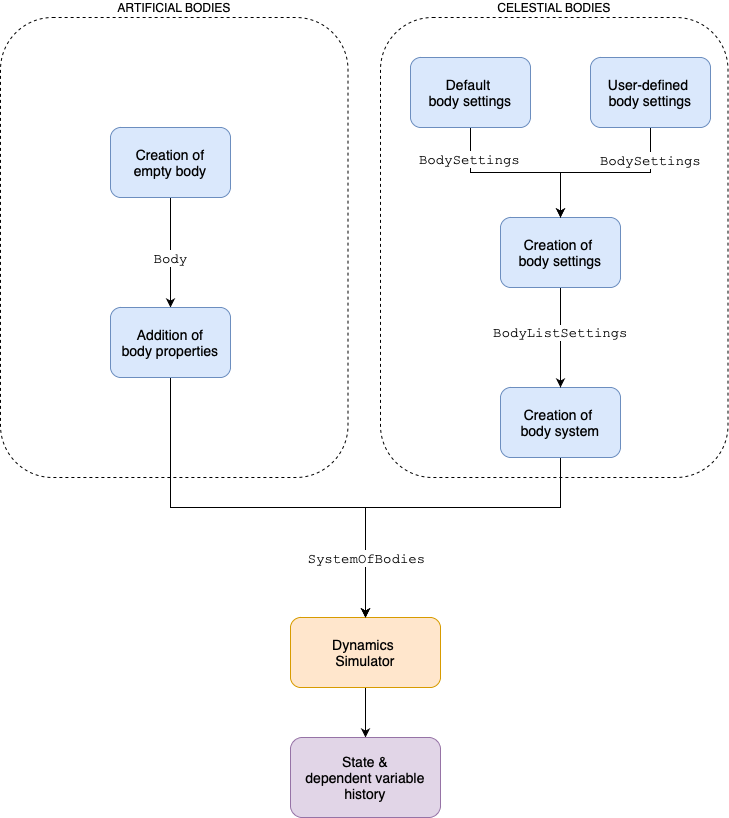
This is docs/source/_src_user_guide/state_propagation/_static/tudatpy_environment.png from tudat-team/tudat-space, a draw.io export, as it was before one commit. Source tidied: cells renumbered, new cells last; positions are measured from the earlier drawing's top-left corner, leaving out a move shared by most shapes. Source of this version:
```xml
<mxGraphModel>
  <root>
    <mxCell id="0" />
    <mxCell id="1" parent="0" />
    <mxCell id="2" style="edgeStyle=orthogonalEdgeStyle;rounded=0;jettySize=auto;html=1;fontSize=14;" parent="1" edge="1" target="7">
      <mxGeometry relative="1" as="geometry">
        <mxPoint x="365" y="530" as="sourcePoint" />
      </mxGeometry>
    </mxCell>
    <mxCell id="3" value="CELESTIAL BODIES" style="rounded=1;whiteSpace=wrap;html=1;dashed=1;labelPosition=center;verticalLabelPosition=top;align=center;verticalAlign=bottom;" parent="1" vertex="1">
      <mxGeometry x="380" width="347.5" height="460" as="geometry" />
    </mxCell>
    <mxCell id="4" style="edgeStyle=orthogonalEdgeStyle;rounded=0;jettySize=auto;html=1;exitX=0.5;exitY=1;exitDx=0;exitDy=0;entryX=0.5;entryY=0;entryDx=0;entryDy=0;fontFamily=Courier New;fontSize=14;" parent="1" edge="1" source="5" target="7">
      <mxGeometry relative="1" as="geometry">
        <Array as="points">
          <mxPoint x="560" y="490" />
          <mxPoint x="365" y="490" />
        </Array>
      </mxGeometry>
    </mxCell>
    <mxCell id="5" value="Creation of &lt;br style=&quot;font-size: 14px;&quot;&gt;body system" style="rounded=1;whiteSpace=wrap;html=1;fillColor=#dae8fc;strokeColor=#6c8ebf;fontSize=14;" parent="1" vertex="1">
      <mxGeometry x="500" y="370" width="120" height="70" as="geometry" />
    </mxCell>
    <mxCell id="6" style="edgeStyle=orthogonalEdgeStyle;rounded=0;jettySize=auto;html=1;entryX=0.5;entryY=0;entryDx=0;entryDy=0;fontSize=14;" parent="1" edge="1" source="7" target="8">
      <mxGeometry relative="1" as="geometry" />
    </mxCell>
    <mxCell id="7" value="Dynamics &lt;br style=&quot;font-size: 14px;&quot;&gt;Simulator" style="rounded=1;whiteSpace=wrap;html=1;fillColor=#ffe6cc;strokeColor=#d79b00;fontSize=14;" parent="1" vertex="1">
      <mxGeometry x="290" y="600" width="150" height="70" as="geometry" />
    </mxCell>
    <mxCell id="8" value="State &amp;amp;&lt;br style=&quot;font-size: 14px;&quot;&gt;dependent variable&lt;br style=&quot;font-size: 14px;&quot;&gt;history" style="rounded=1;whiteSpace=wrap;html=1;fillColor=#e1d5e7;strokeColor=#9673a6;fontSize=14;" parent="1" vertex="1">
      <mxGeometry x="290" y="720" width="150" height="80" as="geometry" />
    </mxCell>
    <mxCell id="9" style="edgeStyle=orthogonalEdgeStyle;rounded=0;jettySize=auto;html=1;fontFamily=Courier New;fontSize=14;" parent="1" edge="1" source="11" target="5">
      <mxGeometry relative="1" as="geometry" />
    </mxCell>
    <mxCell id="10" value="BodyListSettings" style="edgeLabel;html=1;align=center;verticalAlign=middle;fontSize=14;fontFamily=Courier New;" parent="9" vertex="1">
      <mxGeometry x="-0.12" y="-1" relative="1" as="geometry" />
    </mxCell>
    <mxCell id="11" value="Creation of &lt;br style=&quot;font-size: 14px&quot;&gt;body settings" style="rounded=1;whiteSpace=wrap;html=1;fillColor=#dae8fc;strokeColor=#6c8ebf;fontSize=14;" parent="1" vertex="1">
      <mxGeometry x="500" y="200" width="120" height="70" as="geometry" />
    </mxCell>
    <mxCell id="12" style="edgeStyle=orthogonalEdgeStyle;rounded=0;jettySize=auto;html=1;exitX=0.5;exitY=1;exitDx=0;exitDy=0;entryX=0.5;entryY=0;entryDx=0;entryDy=0;fontFamily=Courier New;fontSize=14;" parent="1" edge="1" source="15" target="11">
      <mxGeometry relative="1" as="geometry" />
    </mxCell>
    <mxCell id="13" value="&lt;span style=&quot;color: rgba(0 , 0 , 0 , 0) ; font-family: monospace ; font-size: 0px ; background-color: rgb(248 , 249 , 250)&quot;&gt;%3CmxGraphModel%3E%3Croot%3E%3CmxCell%20id%3D%220%22%2F%3E%3CmxCell%20id%3D%221%22%20parent%3D%220%22%2F%3E%3CmxCell%20id%3D%222%22%20value%3D%22%26lt%3Bspan%20style%3D%26quot%3Bfont-family%3A%20%26amp%3B%2334%3Bcourier%20new%26amp%3B%2334%3B%26quot%3B%26gt%3BBodySettings%26lt%3B%2Fspan%26gt%3B%22%20style%3D%22edgeLabel%3Bhtml%3D1%3Balign%3Dcenter%3BverticalAlign%3Dmiddle%3Bresizable%3D0%3Bpoints%3D%5B%5D%3BfontSize%3D14%3BfontFamily%3DHelvetica%3B%22%20vertex%3D%221%22%20connectable%3D%220%22%20parent%3D%221%22%3E%3CmxGeometry%20x%3D%22667%22%20y%3D%2266%22%20as%3D%22geometry%22%2F%3E%3C%2FmxCell%3E%3C%2Froot%3E%3C%2FmxGraphModel%3E&lt;/span&gt;&lt;span style=&quot;color: rgba(0 , 0 , 0 , 0) ; font-family: monospace ; font-size: 0px ; background-color: rgb(248 , 249 , 250)&quot;&gt;%3CmxGraphModel%3E%3Croot%3E%3CmxCell%20id%3D%220%22%2F%3E%3CmxCell%20id%3D%221%22%20parent%3D%220%22%2F%3E%3CmxCell%20id%3D%222%22%20value%3D%22%26lt%3Bspan%20style%3D%26quot%3Bfont-family%3A%20%26amp%3B%2334%3Bcourier%20new%26amp%3B%2334%3B%26quot%3B%26gt%3BBodySettings%26lt%3B%2Fspan%26gt%3B%22%20style%3D%22edgeLabel%3Bhtml%3D1%3Balign%3Dcenter%3BverticalAlign%3Dmiddle%3Bresizable%3D0%3Bpoints%3D%5B%5D%3BfontSize%3D14%3BfontFamily%3DHelvetica%3B%22%20vertex%3D%221%22%20connectable%3D%220%22%20parent%3D%221%22%3E%3CmxGeometry%20x%3D%22667%22%20y%3D%2266%22%20as%3D%22geometry%22%2F%3E%3C%2FmxCell%3E%3C%2Froot%3E%3C%2FmxGraphModel%3E&lt;/span&gt;" style="edgeLabel;html=1;align=center;verticalAlign=middle;fontSize=14;fontFamily=Helvetica;" parent="12" vertex="1">
      <mxGeometry x="-0.67" y="-4" relative="1" as="geometry" />
    </mxCell>
    <mxCell id="14" value="&lt;span style=&quot;font-family: &amp;#34;courier new&amp;#34;&quot;&gt;BodySettings&lt;/span&gt;" style="edgeLabel;html=1;align=center;verticalAlign=middle;fontSize=14;fontFamily=Helvetica;" parent="12" vertex="1">
      <mxGeometry x="-0.66" y="-2" relative="1" as="geometry" />
    </mxCell>
    <mxCell id="15" value="Default&amp;nbsp;&lt;br&gt;body settings" style="rounded=1;whiteSpace=wrap;html=1;fillColor=#dae8fc;strokeColor=#6c8ebf;fontSize=14;" parent="1" vertex="1">
      <mxGeometry x="410" y="40" width="120" height="70" as="geometry" />
    </mxCell>
    <mxCell id="16" style="edgeStyle=orthogonalEdgeStyle;rounded=0;jettySize=auto;html=1;exitX=0.5;exitY=1;exitDx=0;exitDy=0;fontFamily=Courier New;fontSize=14;" parent="1" edge="1" source="18">
      <mxGeometry relative="1" as="geometry">
        <mxPoint x="560" y="200" as="targetPoint" />
      </mxGeometry>
    </mxCell>
    <mxCell id="17" value="&lt;span style=&quot;font-family: &amp;#34;courier new&amp;#34;&quot;&gt;BodySettings&lt;/span&gt;" style="edgeLabel;html=1;align=center;verticalAlign=middle;fontSize=14;fontFamily=Helvetica;" parent="16" vertex="1">
      <mxGeometry x="-0.65" y="-1" relative="1" as="geometry" />
    </mxCell>
    <mxCell id="18" value="User-defined &lt;br&gt;body settings" style="rounded=1;whiteSpace=wrap;html=1;fillColor=#dae8fc;strokeColor=#6c8ebf;fontSize=14;" parent="1" vertex="1">
      <mxGeometry x="590" y="40" width="120" height="70" as="geometry" />
    </mxCell>
    <mxCell id="19" value="ARTIFICIAL BODIES" style="rounded=1;whiteSpace=wrap;html=1;dashed=1;labelPosition=center;verticalLabelPosition=top;align=center;verticalAlign=bottom;" parent="1" vertex="1">
      <mxGeometry width="347.5" height="460" as="geometry" />
    </mxCell>
    <mxCell id="20" style="edgeStyle=orthogonalEdgeStyle;rounded=0;jettySize=auto;html=1;exitX=0.5;exitY=1;exitDx=0;exitDy=0;entryX=0.5;entryY=0;entryDx=0;entryDy=0;fontFamily=Helvetica;fontSize=14;" parent="1" edge="1" source="22" target="25">
      <mxGeometry relative="1" as="geometry" />
    </mxCell>
    <mxCell id="21" value="&lt;font face=&quot;Courier New&quot;&gt;Body&lt;/font&gt;" style="edgeLabel;html=1;align=center;verticalAlign=middle;fontSize=14;fontFamily=Helvetica;" parent="20" vertex="1">
      <mxGeometry x="0.1" y="-1" relative="1" as="geometry" />
    </mxCell>
    <mxCell id="22" value="Creation of&lt;br&gt;empty body" style="rounded=1;whiteSpace=wrap;html=1;fillColor=#dae8fc;strokeColor=#6c8ebf;fontSize=14;" parent="1" vertex="1">
      <mxGeometry x="110" y="110" width="120" height="70" as="geometry" />
    </mxCell>
    <mxCell id="23" style="edgeStyle=orthogonalEdgeStyle;rounded=0;jettySize=auto;html=1;exitX=0.5;exitY=1;exitDx=0;exitDy=0;entryX=0.5;entryY=0;entryDx=0;entryDy=0;fontFamily=Helvetica;fontSize=14;" parent="1" edge="1" source="25" target="7">
      <mxGeometry relative="1" as="geometry">
        <Array as="points">
          <mxPoint x="170" y="490" />
          <mxPoint x="365" y="490" />
        </Array>
      </mxGeometry>
    </mxCell>
    <mxCell id="24" value="&lt;span style=&quot;font-family: &amp;#34;courier new&amp;#34;&quot;&gt;SystemOfBodies&lt;/span&gt;" style="edgeLabel;html=1;align=center;verticalAlign=middle;fontSize=14;fontFamily=Helvetica;" parent="23" vertex="1">
      <mxGeometry x="0.26" y="-2" relative="1" as="geometry">
        <mxPoint x="52" y="48" as="offset" />
      </mxGeometry>
    </mxCell>
    <mxCell id="25" value="Addition of&lt;br&gt;body properties" style="rounded=1;whiteSpace=wrap;html=1;fillColor=#dae8fc;strokeColor=#6c8ebf;fontSize=14;" parent="1" vertex="1">
      <mxGeometry x="110" y="290" width="120" height="70" as="geometry" />
    </mxCell>
  </root>
</mxGraphModel>
```
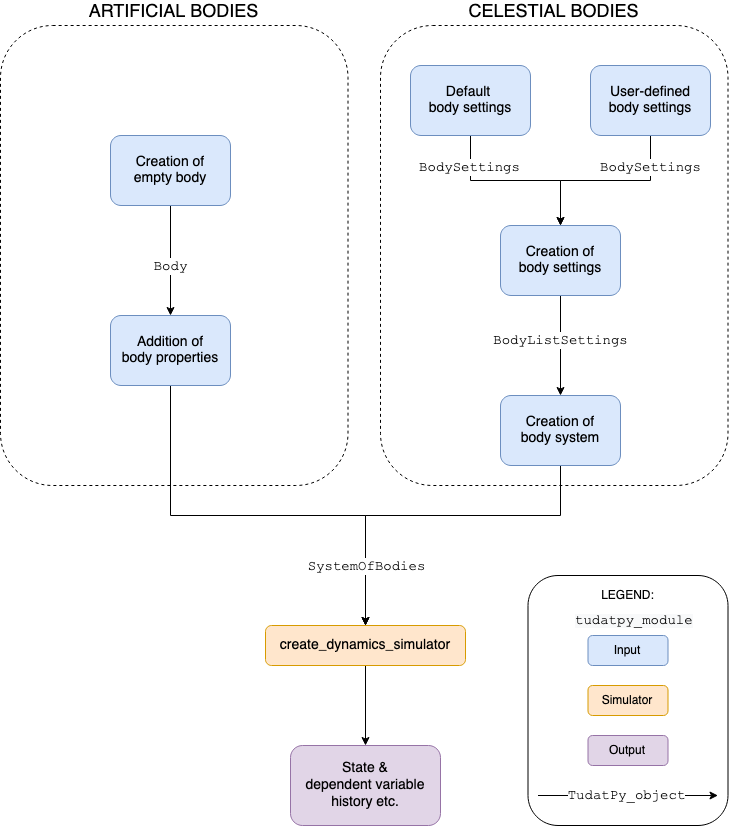
Above is the later version.

What changed in the source:
```diff
@@ -7,7 +7,7 @@
         <mxPoint x="365" y="530" as="sourcePoint" />
       </mxGeometry>
     </mxCell>
-    <mxCell id="3" value="CELESTIAL BODIES" style="rounded=1;whiteSpace=wrap;html=1;dashed=1;labelPosition=center;verticalLabelPosition=top;align=center;verticalAlign=bottom;" parent="1" vertex="1">
+    <mxCell id="3" value="&lt;font style=&quot;font-size: 18px;&quot;&gt;CELESTIAL BODIES&lt;/font&gt;" style="rounded=1;whiteSpace=wrap;html=1;dashed=1;labelPosition=center;verticalLabelPosition=top;align=center;verticalAlign=bottom;" parent="1" vertex="1">
       <mxGeometry x="380" width="347.5" height="460" as="geometry" />
     </mxCell>
     <mxCell id="4" style="edgeStyle=orthogonalEdgeStyle;rounded=0;jettySize=auto;html=1;exitX=0.5;exitY=1;exitDx=0;exitDy=0;entryX=0.5;entryY=0;entryDx=0;entryDy=0;fontFamily=Courier New;fontSize=14;" parent="1" edge="1" source="5" target="7">
@@ -24,10 +24,10 @@
     <mxCell id="6" style="edgeStyle=orthogonalEdgeStyle;rounded=0;jettySize=auto;html=1;entryX=0.5;entryY=0;entryDx=0;entryDy=0;fontSize=14;" parent="1" edge="1" source="7" target="8">
       <mxGeometry relative="1" as="geometry" />
     </mxCell>
-    <mxCell id="7" value="Dynamics &lt;br style=&quot;font-size: 14px;&quot;&gt;Simulator" style="rounded=1;whiteSpace=wrap;html=1;fillColor=#ffe6cc;strokeColor=#d79b00;fontSize=14;" parent="1" vertex="1">
-      <mxGeometry x="290" y="600" width="150" height="70" as="geometry" />
+    <mxCell id="7" value="create_dynamics_simulator" style="rounded=1;whiteSpace=wrap;html=1;fillColor=#ffe6cc;strokeColor=#d79b00;fontSize=14;" parent="1" vertex="1">
+      <mxGeometry x="265" y="600" width="200" height="40" as="geometry" />
     </mxCell>
-    <mxCell id="8" value="State &amp;amp;&lt;br style=&quot;font-size: 14px;&quot;&gt;dependent variable&lt;br style=&quot;font-size: 14px;&quot;&gt;history" style="rounded=1;whiteSpace=wrap;html=1;fillColor=#e1d5e7;strokeColor=#9673a6;fontSize=14;" parent="1" vertex="1">
+    <mxCell id="8" value="State &amp;amp;&lt;br style=&quot;font-size: 14px;&quot;&gt;dependent variable&lt;br style=&quot;font-size: 14px;&quot;&gt;history etc." style="rounded=1;whiteSpace=wrap;html=1;fillColor=#e1d5e7;strokeColor=#9673a6;fontSize=14;" parent="1" vertex="1">
       <mxGeometry x="290" y="720" width="150" height="80" as="geometry" />
     </mxCell>
     <mxCell id="9" style="edgeStyle=orthogonalEdgeStyle;rounded=0;jettySize=auto;html=1;fontFamily=Courier New;fontSize=14;" parent="1" edge="1" source="11" target="5">
@@ -62,7 +62,7 @@
     <mxCell id="18" value="User-defined &lt;br&gt;body settings" style="rounded=1;whiteSpace=wrap;html=1;fillColor=#dae8fc;strokeColor=#6c8ebf;fontSize=14;" parent="1" vertex="1">
       <mxGeometry x="590" y="40" width="120" height="70" as="geometry" />
     </mxCell>
-    <mxCell id="19" value="ARTIFICIAL BODIES" style="rounded=1;whiteSpace=wrap;html=1;dashed=1;labelPosition=center;verticalLabelPosition=top;align=center;verticalAlign=bottom;" parent="1" vertex="1">
+    <mxCell id="19" value="&lt;font style=&quot;font-size: 18px;&quot;&gt;ARTIFICIAL BODIES&lt;/font&gt;" style="rounded=1;whiteSpace=wrap;html=1;dashed=1;labelPosition=center;verticalLabelPosition=top;align=center;verticalAlign=bottom;" parent="1" vertex="1">
       <mxGeometry width="347.5" height="460" as="geometry" />
     </mxCell>
     <mxCell id="20" style="edgeStyle=orthogonalEdgeStyle;rounded=0;jettySize=auto;html=1;exitX=0.5;exitY=1;exitDx=0;exitDy=0;entryX=0.5;entryY=0;entryDx=0;entryDy=0;fontFamily=Helvetica;fontSize=14;" parent="1" edge="1" source="22" target="25">
@@ -90,5 +90,30 @@
     <mxCell id="25" value="Addition of&lt;br&gt;body properties" style="rounded=1;whiteSpace=wrap;html=1;fillColor=#dae8fc;strokeColor=#6c8ebf;fontSize=14;" parent="1" vertex="1">
       <mxGeometry x="110" y="290" width="120" height="70" as="geometry" />
     </mxCell>
+    <mxCell id="26" style="rounded=1;whiteSpace=wrap;html=1;labelPosition=left;verticalLabelPosition=top;align=right;verticalAlign=bottom;" parent="1" vertex="1">
+      <mxGeometry x="527.5" y="550" width="200" height="250" as="geometry" />
+    </mxCell>
+    <mxCell id="27" value="Input" style="rounded=1;whiteSpace=wrap;html=1;fillColor=#dae8fc;strokeColor=#6c8ebf;" parent="1" vertex="1">
+      <mxGeometry x="587.5" y="610" width="80" height="30" as="geometry" />
+    </mxCell>
+    <mxCell id="28" value="LEGEND:" style="text;html=1;align=center;verticalAlign=middle;strokeColor=none;fillColor=none;" parent="1" vertex="1">
+      <mxGeometry x="592.5" y="560" width="70" height="20" as="geometry" />
+    </mxCell>
+    <mxCell id="29" value="Output" style="rounded=1;whiteSpace=wrap;html=1;fillColor=#e1d5e7;strokeColor=#9673a6;" parent="1" vertex="1">
+      <mxGeometry x="587.5" y="710" width="80" height="30" as="geometry" />
+    </mxCell>
+    <mxCell id="30" value="Simulator" style="rounded=1;whiteSpace=wrap;html=1;fillColor=#ffe6cc;strokeColor=#d79b00;" parent="1" vertex="1">
+      <mxGeometry x="587.5" y="660" width="80" height="30" as="geometry" />
+    </mxCell>
+    <mxCell id="31" value="&lt;font face=&quot;Courier New&quot; style=&quot;font-size: 14px&quot;&gt;TudatPy_object&lt;/font&gt;" style="edgeStyle=orthogonalEdgeStyle;rounded=0;orthogonalLoop=1;jettySize=auto;html=1;" parent="1" edge="1">
+      <mxGeometry relative="1" as="geometry">
+        <mxPoint x="537.5" y="770" as="sourcePoint" />
+        <mxPoint x="717.5" y="770" as="targetPoint" />
+        <mxPoint x="-1" as="offset" />
+      </mxGeometry>
+    </mxCell>
+    <mxCell id="32" value="&lt;span style=&quot;color: rgb(0 , 0 , 0) ; font-family: &amp;#34;courier new&amp;#34; ; font-style: normal ; font-weight: normal ; letter-spacing: normal ; text-align: center ; text-indent: 0px ; text-transform: none ; word-spacing: 0px ; background-color: rgb(248 , 249 , 250) ; text-decoration: none ; display: inline ; float: none&quot;&gt;&lt;font style=&quot;font-size: 14px&quot;&gt;tudatpy_module&lt;/font&gt;&lt;/span&gt;" style="text;whiteSpace=wrap;html=1;fontFamily=Courier New;" parent="1" vertex="1">
+      <mxGeometry x="572.5" y="580" width="110" height="30" as="geometry" />
+    </mxCell>
   </root>
 </mxGraphModel>
```
